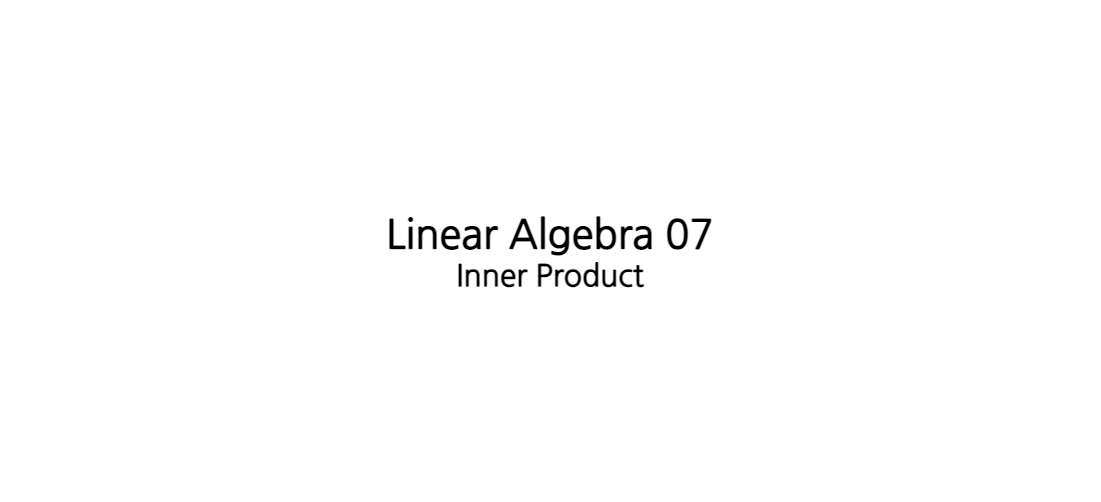
Before: assets/img/posts/linear_algebra_07.png, a diagram exported from draw.io (djccnt15/djccnt15.github.io). Source tidied: cells renumbered, new cells last; positions are measured from the earlier drawing's top-left corner, leaving out a move shared by most shapes.
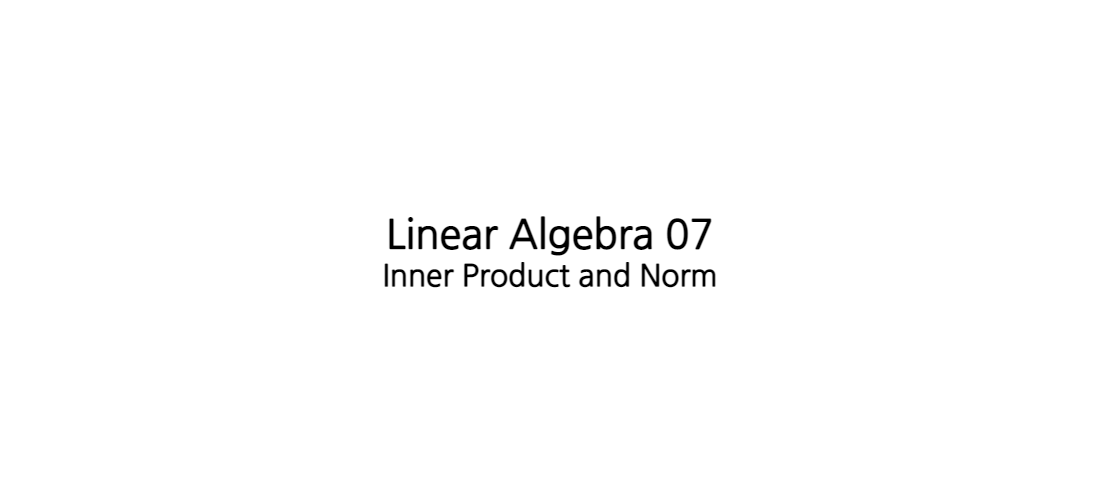
Later version of the same file.

Diff of the diagram source:
```diff
@@ -2,7 +2,7 @@
   <root>
     <mxCell id="0" />
     <mxCell id="1" parent="0" />
-    <mxCell id="2" value="&lt;font style=&quot;font-size: 30px;&quot;&gt;&lt;span style=&quot;font-size: 40px;&quot;&gt;Linear Algebra 07&lt;/span&gt;&lt;br&gt;&lt;font style=&quot;font-size: 30px;&quot;&gt;&lt;font style=&quot;font-size: 30px;&quot;&gt;Inner Product&lt;/font&gt;&lt;/font&gt;&lt;/font&gt;" style="rounded=1;whiteSpace=wrap;html=1;fillColor=none;fontFamily=Nanum Gothic;fontSource=https%3A%2F%2Ffonts.googleapis.com%2Fcss%3Ffamily%3DNanum%2BGothic;fontStyle=1;strokeColor=none;" parent="1" vertex="1">
+    <mxCell id="2" value="&lt;font style=&quot;&quot;&gt;&lt;span style=&quot;font-size: 40px;&quot;&gt;Linear Algebra 07&lt;/span&gt;&lt;br&gt;&lt;span style=&quot;font-size: 30px;&quot;&gt;Inner Product and Norm&lt;/span&gt;&lt;br&gt;&lt;/font&gt;" style="rounded=1;whiteSpace=wrap;html=1;fillColor=none;fontFamily=Nanum Gothic;fontSource=https%3A%2F%2Ffonts.googleapis.com%2Fcss%3Ffamily%3DNanum%2BGothic;fontStyle=1;strokeColor=none;" parent="1" vertex="1">
       <mxGeometry width="1100" height="500" as="geometry" />
     </mxCell>
   </root>
```
